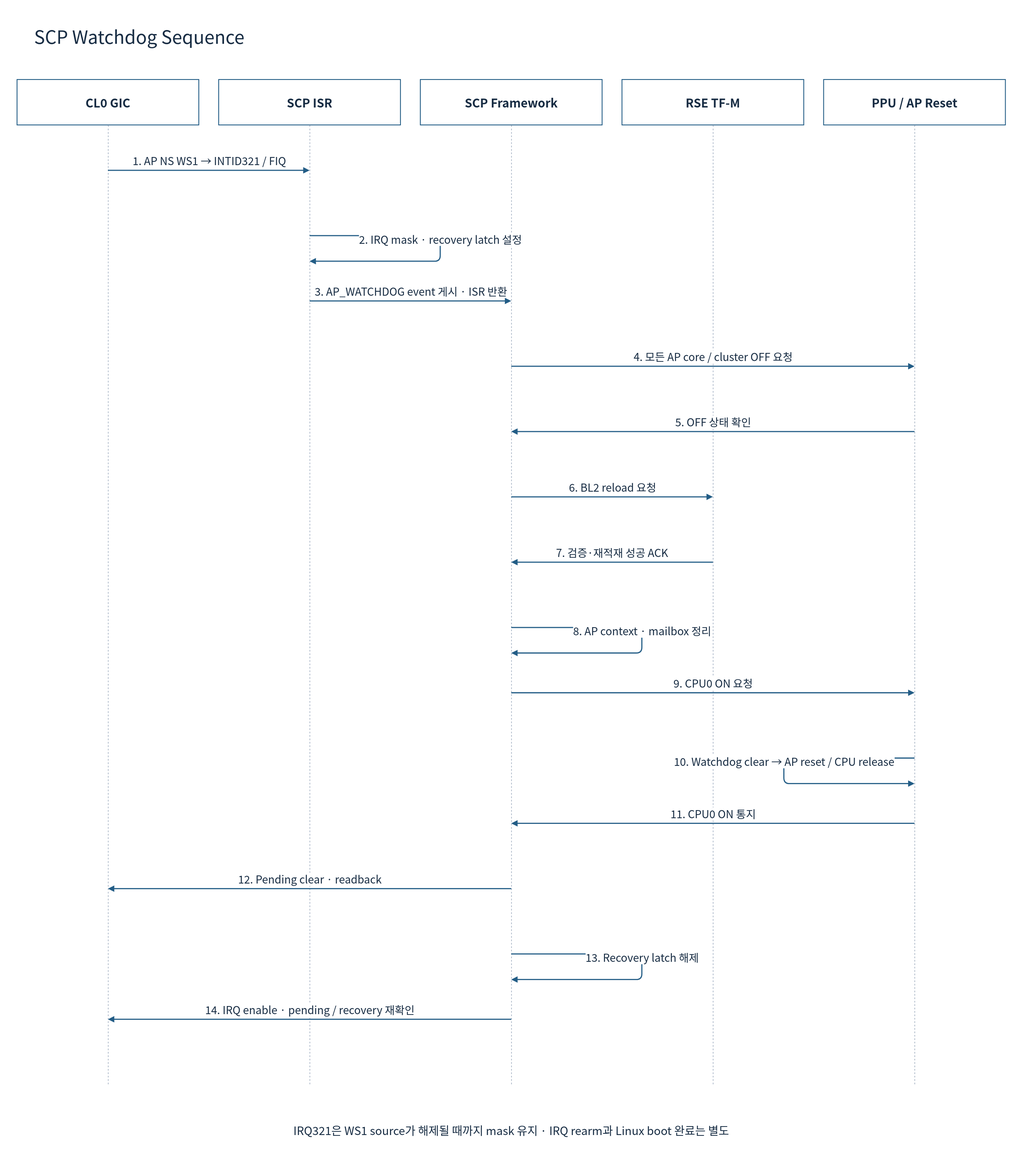
Before: doc/phase1/watchdog/diagrams/11-recovery-sequence.drawio.svg, a diagram exported from draw.io (cometzero/project-apollo). Source tidied: cells renumbered, new cells last; positions are measured from the earlier drawing's top-left corner, leaving out a move shared by most shapes. Its diagram source:
```xml
<mxGraphModel background="#FFFFFF">
  <root>
    <mxCell id="0" />
    <mxCell id="1" parent="0" />
    <mxCell id="2" style="rounded=0;whiteSpace=wrap;html=1;fillColor=#FFFFFF;strokeColor=none;strokeWidth=1.5;fontColor=#172C43;fontFamily=Noto Sans CJK KR;fontSize=22;spacing=10;" parent="1" vertex="1">
      <mxGeometry width="1800" height="2070" as="geometry" />
    </mxCell>
    <mxCell id="3" value="SCP Watchdog Sequence" style="rounded=0;whiteSpace=wrap;html=1;fillColor=#FFFFFF;strokeColor=none;strokeWidth=1.5;fontColor=#172C43;fontFamily=Noto Sans CJK KR;fontSize=22;spacing=10;fontSize=32;align=left;" parent="1" vertex="1">
      <mxGeometry x="50" y="30" width="1700" height="65" as="geometry" />
    </mxCell>
    <mxCell id="4" value="CL0 GIC" style="rounded=0;whiteSpace=wrap;html=1;fillColor=#FFFFFF;strokeColor=#235D86;strokeWidth=1.5;fontColor=#172C43;fontFamily=Noto Sans CJK KR;fontSize=22;spacing=10;fontSize=21;fontStyle=1;" parent="1" vertex="1">
      <mxGeometry x="30" y="140" width="320" height="80" as="geometry" />
    </mxCell>
    <mxCell id="5" style="endArrow=none;dashed=1;strokeColor=#94A3B8;" parent="1" edge="1">
      <mxGeometry relative="1" as="geometry">
        <mxPoint x="190" y="220" as="sourcePoint" />
        <mxPoint x="190" y="1910" as="targetPoint" />
      </mxGeometry>
    </mxCell>
    <mxCell id="6" value="SCP ISR" style="rounded=0;whiteSpace=wrap;html=1;fillColor=#FFFFFF;strokeColor=#235D86;strokeWidth=1.5;fontColor=#172C43;fontFamily=Noto Sans CJK KR;fontSize=22;spacing=10;fontSize=21;fontStyle=1;" parent="1" vertex="1">
      <mxGeometry x="385" y="140" width="320" height="80" as="geometry" />
    </mxCell>
    <mxCell id="7" style="endArrow=none;dashed=1;strokeColor=#94A3B8;" parent="1" edge="1">
      <mxGeometry relative="1" as="geometry">
        <mxPoint x="545" y="220" as="sourcePoint" />
        <mxPoint x="545" y="1910" as="targetPoint" />
      </mxGeometry>
    </mxCell>
    <mxCell id="8" value="SCP Framework" style="rounded=0;whiteSpace=wrap;html=1;fillColor=#FFFFFF;strokeColor=#235D86;strokeWidth=1.5;fontColor=#172C43;fontFamily=Noto Sans CJK KR;fontSize=22;spacing=10;fontSize=21;fontStyle=1;" parent="1" vertex="1">
      <mxGeometry x="740" y="140" width="320" height="80" as="geometry" />
    </mxCell>
    <mxCell id="9" style="endArrow=none;dashed=1;strokeColor=#94A3B8;" parent="1" edge="1">
      <mxGeometry relative="1" as="geometry">
        <mxPoint x="900" y="220" as="sourcePoint" />
        <mxPoint x="900" y="1910" as="targetPoint" />
      </mxGeometry>
    </mxCell>
    <mxCell id="10" value="RSE TF-M" style="rounded=0;whiteSpace=wrap;html=1;fillColor=#FFFFFF;strokeColor=#235D86;strokeWidth=1.5;fontColor=#172C43;fontFamily=Noto Sans CJK KR;fontSize=22;spacing=10;fontSize=21;fontStyle=1;" parent="1" vertex="1">
      <mxGeometry x="1095" y="140" width="320" height="80" as="geometry" />
    </mxCell>
    <mxCell id="11" style="endArrow=none;dashed=1;strokeColor=#94A3B8;" parent="1" edge="1">
      <mxGeometry relative="1" as="geometry">
        <mxPoint x="1255" y="220" as="sourcePoint" />
        <mxPoint x="1255" y="1910" as="targetPoint" />
      </mxGeometry>
    </mxCell>
    <mxCell id="12" value="PPU / AP Reset" style="rounded=0;whiteSpace=wrap;html=1;fillColor=#FFFFFF;strokeColor=#235D86;strokeWidth=1.5;fontColor=#172C43;fontFamily=Noto Sans CJK KR;fontSize=22;spacing=10;fontSize=21;fontStyle=1;" parent="1" vertex="1">
      <mxGeometry x="1450" y="140" width="320" height="80" as="geometry" />
    </mxCell>
    <mxCell id="13" style="endArrow=none;dashed=1;strokeColor=#94A3B8;" parent="1" edge="1">
      <mxGeometry relative="1" as="geometry">
        <mxPoint x="1610" y="220" as="sourcePoint" />
        <mxPoint x="1610" y="1910" as="targetPoint" />
      </mxGeometry>
    </mxCell>
    <mxCell id="14" value="1. AP NS WS1 → INTID321 / FIQ" style="edgeStyle=none;html=1;endArrow=block;strokeColor=#235D86;strokeWidth=2;fontColor=#172C43;fontFamily=Noto Sans CJK KR;fontSize=19;labelBackgroundColor=#FFFFFF;" parent="1" edge="1">
      <mxGeometry relative="1" as="geometry">
        <mxPoint x="190" y="300" as="sourcePoint" />
        <mxPoint x="545" y="300" as="targetPoint" />
        <mxPoint y="-17" as="offset" />
      </mxGeometry>
    </mxCell>
    <mxCell id="15" value="2. IRQ mask · recovery latch 설정" style="edgeStyle=none;html=1;endArrow=block;strokeColor=#235D86;strokeWidth=2;fontColor=#172C43;fontFamily=Noto Sans CJK KR;fontSize=19;labelBackgroundColor=#FFFFFF;" parent="1" edge="1">
      <mxGeometry relative="1" as="geometry">
        <mxPoint x="545" y="415" as="sourcePoint" />
        <mxPoint x="545" y="460" as="targetPoint" />
        <Array as="points">
          <mxPoint x="775" y="415" />
          <mxPoint x="775" y="460" />
        </Array>
        <mxPoint y="-17" as="offset" />
      </mxGeometry>
    </mxCell>
    <mxCell id="16" value="3. AP_WATCHDOG event 게시 · ISR 반환" style="edgeStyle=none;html=1;endArrow=block;strokeColor=#235D86;strokeWidth=2;fontColor=#172C43;fontFamily=Noto Sans CJK KR;fontSize=19;labelBackgroundColor=#FFFFFF;" parent="1" edge="1">
      <mxGeometry relative="1" as="geometry">
        <mxPoint x="545" y="530" as="sourcePoint" />
        <mxPoint x="900" y="530" as="targetPoint" />
        <mxPoint y="-17" as="offset" />
      </mxGeometry>
    </mxCell>
    <mxCell id="17" value="4. 모든 AP core / cluster OFF 요청" style="edgeStyle=none;html=1;endArrow=block;strokeColor=#235D86;strokeWidth=2;fontColor=#172C43;fontFamily=Noto Sans CJK KR;fontSize=19;labelBackgroundColor=#FFFFFF;" parent="1" edge="1">
      <mxGeometry relative="1" as="geometry">
        <mxPoint x="900" y="645" as="sourcePoint" />
        <mxPoint x="1610" y="645" as="targetPoint" />
        <mxPoint y="-17" as="offset" />
      </mxGeometry>
    </mxCell>
    <mxCell id="18" value="5. OFF 상태 확인" style="edgeStyle=none;html=1;endArrow=block;strokeColor=#235D86;strokeWidth=2;fontColor=#172C43;fontFamily=Noto Sans CJK KR;fontSize=19;labelBackgroundColor=#FFFFFF;" parent="1" edge="1">
      <mxGeometry relative="1" as="geometry">
        <mxPoint x="1610" y="760" as="sourcePoint" />
        <mxPoint x="900" y="760" as="targetPoint" />
        <mxPoint y="-17" as="offset" />
      </mxGeometry>
    </mxCell>
    <mxCell id="19" value="6. BL2 reload 요청" style="edgeStyle=none;html=1;endArrow=block;strokeColor=#235D86;strokeWidth=2;fontColor=#172C43;fontFamily=Noto Sans CJK KR;fontSize=19;labelBackgroundColor=#FFFFFF;" parent="1" edge="1">
      <mxGeometry relative="1" as="geometry">
        <mxPoint x="900" y="875" as="sourcePoint" />
        <mxPoint x="1255" y="875" as="targetPoint" />
        <mxPoint y="-17" as="offset" />
      </mxGeometry>
    </mxCell>
    <mxCell id="20" value="7. 검증·재적재 성공 ACK" style="edgeStyle=none;html=1;endArrow=block;strokeColor=#235D86;strokeWidth=2;fontColor=#172C43;fontFamily=Noto Sans CJK KR;fontSize=19;labelBackgroundColor=#FFFFFF;" parent="1" edge="1">
      <mxGeometry relative="1" as="geometry">
        <mxPoint x="1255" y="990" as="sourcePoint" />
        <mxPoint x="900" y="990" as="targetPoint" />
        <mxPoint y="-17" as="offset" />
      </mxGeometry>
    </mxCell>
    <mxCell id="21" value="8. AP context · mailbox 정리" style="edgeStyle=none;html=1;endArrow=block;strokeColor=#235D86;strokeWidth=2;fontColor=#172C43;fontFamily=Noto Sans CJK KR;fontSize=19;labelBackgroundColor=#FFFFFF;" parent="1" edge="1">
      <mxGeometry relative="1" as="geometry">
        <mxPoint x="900" y="1105" as="sourcePoint" />
        <mxPoint x="900" y="1150" as="targetPoint" />
        <Array as="points">
          <mxPoint x="1130" y="1105" />
          <mxPoint x="1130" y="1150" />
        </Array>
        <mxPoint y="-17" as="offset" />
      </mxGeometry>
    </mxCell>
    <mxCell id="22" value="9. CPU0 ON 요청" style="edgeStyle=none;html=1;endArrow=block;strokeColor=#235D86;strokeWidth=2;fontColor=#172C43;fontFamily=Noto Sans CJK KR;fontSize=19;labelBackgroundColor=#FFFFFF;" parent="1" edge="1">
      <mxGeometry relative="1" as="geometry">
        <mxPoint x="900" y="1220" as="sourcePoint" />
        <mxPoint x="1610" y="1220" as="targetPoint" />
        <mxPoint y="-17" as="offset" />
      </mxGeometry>
    </mxCell>
    <mxCell id="23" value="10. Watchdog clear → AP reset / CPU release" style="edgeStyle=none;html=1;endArrow=block;strokeColor=#235D86;strokeWidth=2;fontColor=#172C43;fontFamily=Noto Sans CJK KR;fontSize=19;labelBackgroundColor=#FFFFFF;" parent="1" edge="1">
      <mxGeometry relative="1" as="geometry">
        <mxPoint x="1610" y="1335" as="sourcePoint" />
        <mxPoint x="1610" y="1380" as="targetPoint" />
        <Array as="points">
          <mxPoint x="1380" y="1335" />
          <mxPoint x="1380" y="1380" />
        </Array>
        <mxPoint y="-17" as="offset" />
      </mxGeometry>
    </mxCell>
    <mxCell id="24" value="11. CPU0 ON 통지" style="edgeStyle=none;html=1;endArrow=block;strokeColor=#235D86;strokeWidth=2;fontColor=#172C43;fontFamily=Noto Sans CJK KR;fontSize=19;labelBackgroundColor=#FFFFFF;" parent="1" edge="1">
      <mxGeometry relative="1" as="geometry">
        <mxPoint x="1610" y="1450" as="sourcePoint" />
        <mxPoint x="900" y="1450" as="targetPoint" />
        <mxPoint y="-17" as="offset" />
      </mxGeometry>
    </mxCell>
    <mxCell id="25" value="12. Pending clear · readback" style="edgeStyle=none;html=1;endArrow=block;strokeColor=#235D86;strokeWidth=2;fontColor=#172C43;fontFamily=Noto Sans CJK KR;fontSize=19;labelBackgroundColor=#FFFFFF;" parent="1" edge="1">
      <mxGeometry relative="1" as="geometry">
        <mxPoint x="900" y="1565" as="sourcePoint" />
        <mxPoint x="190" y="1565" as="targetPoint" />
        <mxPoint y="-17" as="offset" />
      </mxGeometry>
    </mxCell>
    <mxCell id="26" value="13. Recovery latch 해제" style="edgeStyle=none;html=1;endArrow=block;strokeColor=#235D86;strokeWidth=2;fontColor=#172C43;fontFamily=Noto Sans CJK KR;fontSize=19;labelBackgroundColor=#FFFFFF;" parent="1" edge="1">
      <mxGeometry relative="1" as="geometry">
        <mxPoint x="900" y="1680" as="sourcePoint" />
        <mxPoint x="900" y="1725" as="targetPoint" />
        <Array as="points">
          <mxPoint x="1130" y="1680" />
          <mxPoint x="1130" y="1725" />
        </Array>
        <mxPoint y="-17" as="offset" />
      </mxGeometry>
    </mxCell>
    <mxCell id="27" value="14. IRQ enable · pending / recovery 재확인" style="edgeStyle=none;html=1;endArrow=block;strokeColor=#235D86;strokeWidth=2;fontColor=#172C43;fontFamily=Noto Sans CJK KR;fontSize=19;labelBackgroundColor=#FFFFFF;" parent="1" edge="1">
      <mxGeometry relative="1" as="geometry">
        <mxPoint x="900" y="1795" as="sourcePoint" />
        <mxPoint x="190" y="1795" as="targetPoint" />
        <mxPoint y="-17" as="offset" />
      </mxGeometry>
    </mxCell>
    <mxCell id="28" value="IRQ321은 WS1 source가 해제될 때까지 mask 유지 · IRQ rearm과 Linux boot 완료는 별도" style="rounded=0;whiteSpace=wrap;html=1;fillColor=#FFFFFF;strokeColor=none;strokeWidth=1.5;fontColor=#172C43;fontFamily=Noto Sans CJK KR;fontSize=22;spacing=10;fontSize=20;" parent="1" vertex="1">
      <mxGeometry x="70" y="1960" width="1660" height="60" as="geometry" />
    </mxCell>
  </root>
</mxGraphModel>
```
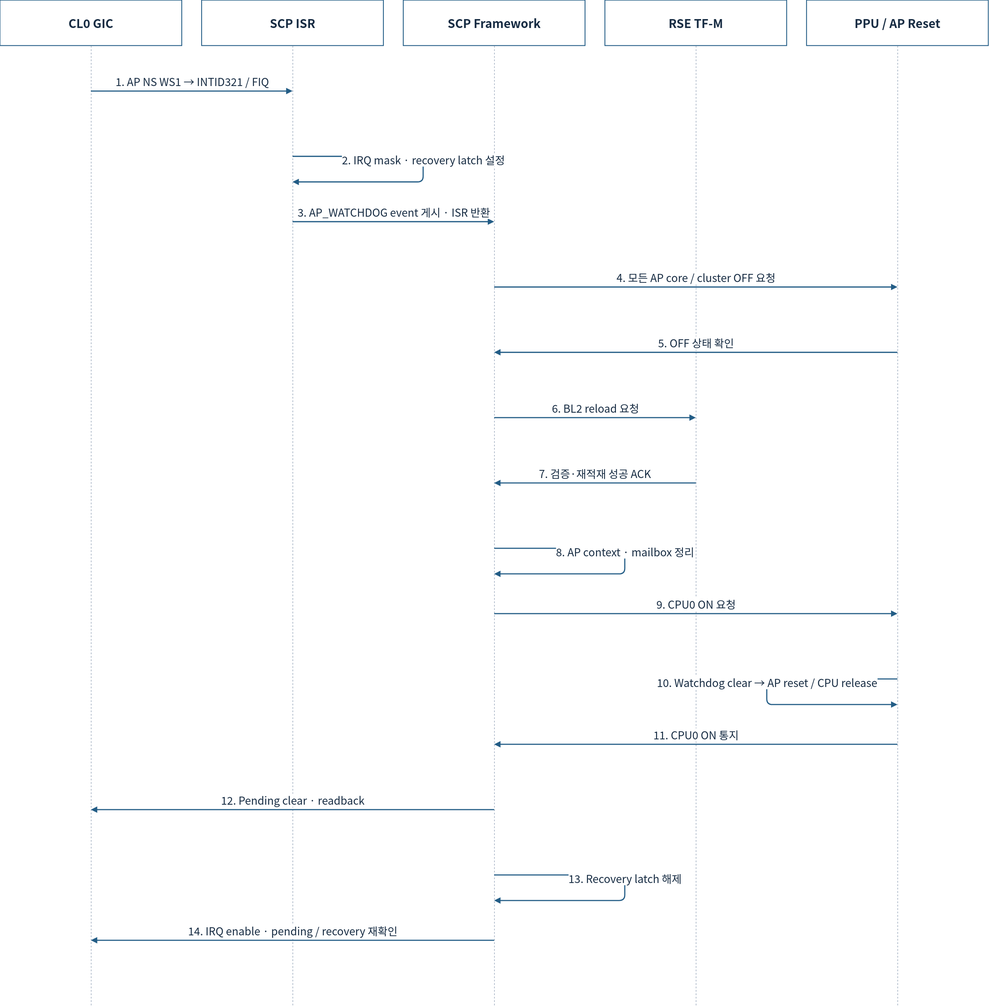
Above is the later version.

Change to the diagram source:
```diff
@@ -2,12 +2,6 @@
   <root>
     <mxCell id="0" />
     <mxCell id="1" parent="0" />
-    <mxCell id="2" style="rounded=0;whiteSpace=wrap;html=1;fillColor=#FFFFFF;strokeColor=none;strokeWidth=1.5;fontColor=#172C43;fontFamily=Noto Sans CJK KR;fontSize=22;spacing=10;" parent="1" vertex="1">
-      <mxGeometry width="1800" height="2070" as="geometry" />
-    </mxCell>
-    <mxCell id="3" value="SCP Watchdog Sequence" style="rounded=0;whiteSpace=wrap;html=1;fillColor=#FFFFFF;strokeColor=none;strokeWidth=1.5;fontColor=#172C43;fontFamily=Noto Sans CJK KR;fontSize=22;spacing=10;fontSize=32;align=left;" parent="1" vertex="1">
-      <mxGeometry x="50" y="30" width="1700" height="65" as="geometry" />
-    </mxCell>
     <mxCell id="4" value="CL0 GIC" style="rounded=0;whiteSpace=wrap;html=1;fillColor=#FFFFFF;strokeColor=#235D86;strokeWidth=1.5;fontColor=#172C43;fontFamily=Noto Sans CJK KR;fontSize=22;spacing=10;fontSize=21;fontStyle=1;" parent="1" vertex="1">
       <mxGeometry x="30" y="140" width="320" height="80" as="geometry" />
     </mxCell>
@@ -167,8 +161,5 @@
         <mxPoint y="-17" as="offset" />
       </mxGeometry>
     </mxCell>
-    <mxCell id="28" value="IRQ321은 WS1 source가 해제될 때까지 mask 유지 · IRQ rearm과 Linux boot 완료는 별도" style="rounded=0;whiteSpace=wrap;html=1;fillColor=#FFFFFF;strokeColor=none;strokeWidth=1.5;fontColor=#172C43;fontFamily=Noto Sans CJK KR;fontSize=22;spacing=10;fontSize=20;" parent="1" vertex="1">
-      <mxGeometry x="70" y="1960" width="1660" height="60" as="geometry" />
-    </mxCell>
   </root>
 </mxGraphModel>
```
